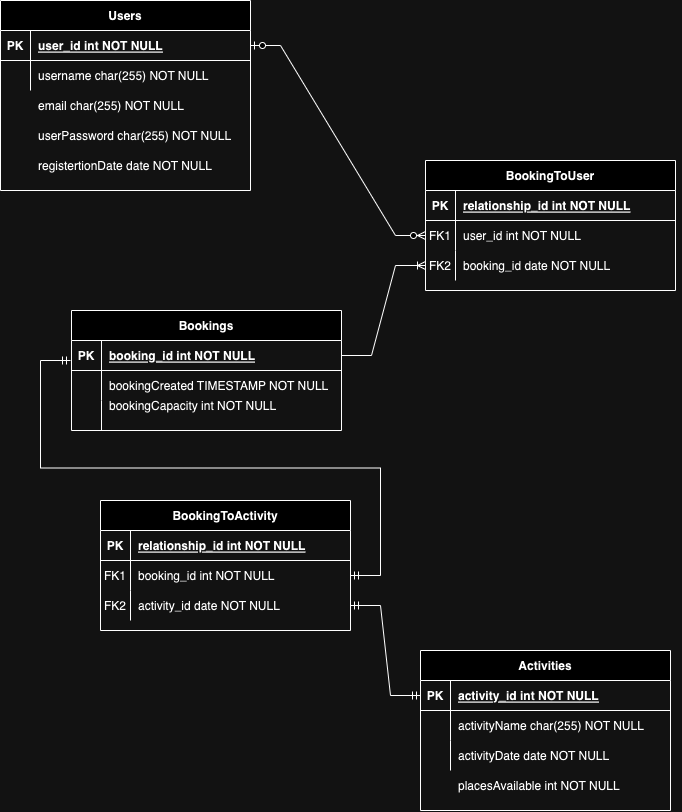
Above: ddl/ERD.png in vicebuzz/web-dev-php-project (draw.io), before the change. Source tidied: cells renumbered, new cells last; positions are measured from the earlier drawing's top-left corner, leaving out a move shared by most shapes.
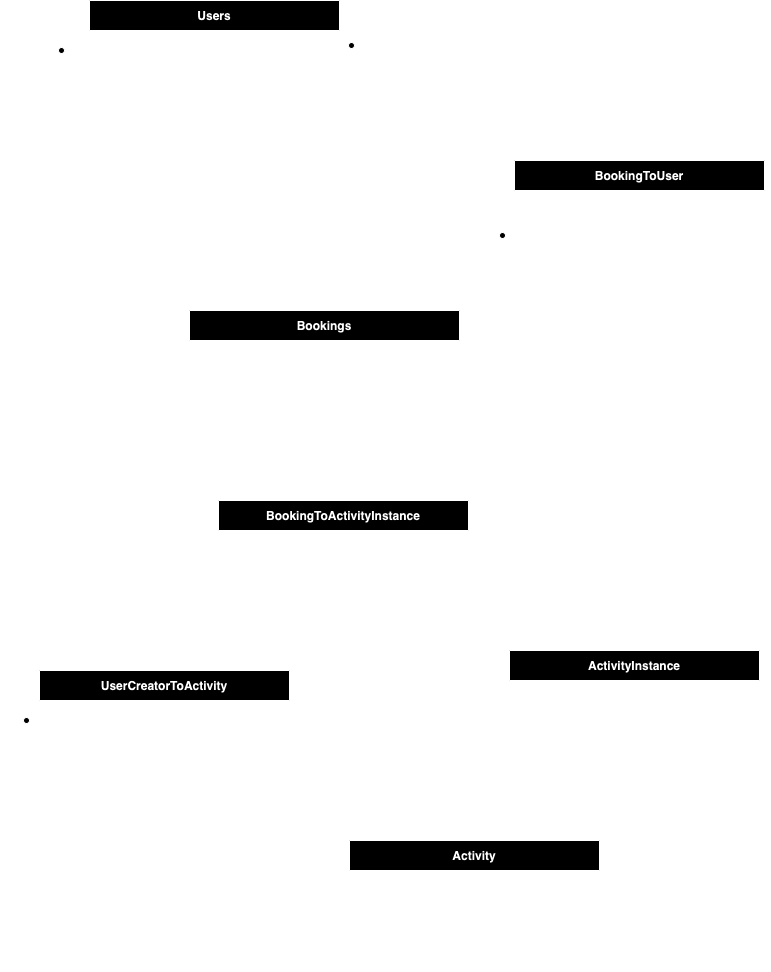
The same file after the commit.

Commit message:
new erd concept design

The edit, as a diff of the source:
```diff
@@ -3,7 +3,7 @@
     <mxCell id="0" />
     <mxCell id="1" parent="0" />
     <mxCell id="2" value="Bookings" style="shape=table;startSize=30;rowLines=0;fontStyle=1;align=center;" parent="1" vertex="1">
-      <mxGeometry x="151" y="310" width="270" height="120" as="geometry" />
+      <mxGeometry x="180" y="310" width="270" height="120" as="geometry" />
     </mxCell>
     <mxCell id="3" style="shape=partialRectangle;fillColor=none;points=[[0,0.5],[1,0.5]];portConstraint=eastwest;top=0;left=0;right=0;bottom=1;" parent="2" vertex="1">
       <mxGeometry y="30" width="270" height="30" as="geometry" />
@@ -32,8 +32,8 @@
     <mxCell id="11" style="shape=partialRectangle;overflow=hidden;fillColor=none;top=0;left=0;bottom=0;right=0;align=left;spacingLeft=6;" parent="9" vertex="1">
       <mxGeometry x="30" width="240" height="30" as="geometry" />
     </mxCell>
-    <mxCell id="12" value="Activities" style="shape=table;startSize=30;rowLines=0;fontStyle=1;align=center;" parent="1" vertex="1">
-      <mxGeometry x="500" y="650" width="250" height="160" as="geometry" />
+    <mxCell id="12" value="ActivityInstance" style="shape=table;startSize=30;rowLines=0;fontStyle=1;align=center;" parent="1" vertex="1">
+      <mxGeometry x="500" y="650" width="250" height="150" as="geometry" />
     </mxCell>
     <mxCell id="13" style="shape=partialRectangle;fillColor=none;points=[[0,0.5],[1,0.5]];portConstraint=eastwest;top=0;left=0;right=0;bottom=1;" parent="12" vertex="1">
       <mxGeometry y="30" width="250" height="30" as="geometry" />
@@ -41,7 +41,7 @@
     <mxCell id="14" value="PK" style="shape=partialRectangle;overflow=hidden;fillColor=none;top=0;left=0;bottom=0;right=0;fontStyle=1;" parent="13" vertex="1">
       <mxGeometry width="30" height="30" as="geometry" />
     </mxCell>
-    <mxCell id="15" value="activity_id int NOT NULL " style="shape=partialRectangle;overflow=hidden;fillColor=none;top=0;left=0;bottom=0;right=0;align=left;spacingLeft=6;fontStyle=5;" parent="13" vertex="1">
+    <mxCell id="15" value="instance_id int NOT NULL " style="shape=partialRectangle;overflow=hidden;fillColor=none;top=0;left=0;bottom=0;right=0;align=left;spacingLeft=6;fontStyle=5;" parent="13" vertex="1">
       <mxGeometry x="30" width="220" height="30" as="geometry" />
     </mxCell>
     <mxCell id="16" style="shape=partialRectangle;fillColor=none;top=0;left=0;right=0;bottom=0;" parent="12" vertex="1">
@@ -50,7 +50,7 @@
     <mxCell id="17" style="shape=partialRectangle;overflow=hidden;fillColor=none;top=0;left=0;bottom=0;right=0;" parent="16" vertex="1">
       <mxGeometry width="30" height="30" as="geometry" />
     </mxCell>
-    <mxCell id="18" value="activityName char(255) NOT NULL" style="shape=partialRectangle;overflow=hidden;fillColor=none;top=0;left=0;bottom=0;right=0;align=left;spacingLeft=6;" parent="16" vertex="1">
+    <mxCell id="18" value="date date NOT NULL" style="shape=partialRectangle;overflow=hidden;fillColor=none;top=0;left=0;bottom=0;right=0;align=left;spacingLeft=6;" parent="16" vertex="1">
       <mxGeometry x="30" width="220" height="30" as="geometry" />
     </mxCell>
     <mxCell id="19" style="shape=partialRectangle;fillColor=none;top=0;left=0;right=0;bottom=0;" parent="12" vertex="1">
@@ -59,7 +59,7 @@
     <mxCell id="20" style="shape=partialRectangle;overflow=hidden;fillColor=none;top=0;left=0;bottom=0;right=0;" parent="19" vertex="1">
       <mxGeometry width="30" height="30" as="geometry" />
     </mxCell>
-    <mxCell id="21" value="activityDate date NOT NULL" style="shape=partialRectangle;overflow=hidden;fillColor=none;top=0;left=0;bottom=0;right=0;align=left;spacingLeft=6;" parent="19" vertex="1">
+    <mxCell id="21" value="activityID FOREIGN KEY" style="shape=partialRectangle;overflow=hidden;fillColor=none;top=0;left=0;bottom=0;right=0;align=left;spacingLeft=6;" parent="19" vertex="1">
       <mxGeometry x="30" width="220" height="30" as="geometry" />
     </mxCell>
     <mxCell id="22" value="Users" style="shape=table;startSize=30;rowLines=0;fontStyle=1;align=center;" parent="1" vertex="1">
@@ -113,8 +113,8 @@
     <mxCell id="38" value="booking_id date NOT NULL" style="shape=partialRectangle;overflow=hidden;fillColor=none;top=0;left=0;bottom=0;right=0;align=left;spacingLeft=6;" parent="36" vertex="1">
       <mxGeometry x="30" width="220" height="30" as="geometry" />
     </mxCell>
-    <mxCell id="39" value="BookingToActivity" style="shape=table;startSize=30;rowLines=0;fontStyle=1;align=center;" parent="1" vertex="1">
-      <mxGeometry x="180" y="500" width="250" height="130" as="geometry" />
+    <mxCell id="39" value="BookingToActivityInstance" style="shape=table;startSize=30;rowLines=0;fontStyle=1;align=center;" parent="1" vertex="1">
+      <mxGeometry x="209" y="500" width="250" height="130" as="geometry" />
     </mxCell>
     <mxCell id="40" style="shape=partialRectangle;fillColor=none;top=0;left=0;right=0;bottom=1;" parent="39" vertex="1">
       <mxGeometry y="30" width="250" height="30" as="geometry" />
@@ -153,45 +153,124 @@
       <mxGeometry x="110" y="150" width="220" height="30" as="geometry" />
     </mxCell>
     <mxCell id="52" style="shape=partialRectangle;fillColor=none;top=0;left=0;right=0;bottom=0;" parent="1" vertex="1">
-      <mxGeometry x="161" y="380" width="270" height="30" as="geometry" />
+      <mxGeometry x="190" y="380" width="270" height="30" as="geometry" />
     </mxCell>
     <mxCell id="53" style="shape=partialRectangle;overflow=hidden;fillColor=none;top=0;left=0;bottom=0;right=0;" parent="52" vertex="1">
       <mxGeometry width="30" height="30" as="geometry" />
     </mxCell>
     <mxCell id="54" value="bookingCapacity int NOT NULL" style="shape=partialRectangle;overflow=hidden;fillColor=none;top=0;left=0;bottom=0;right=0;align=left;spacingLeft=6;" parent="1" vertex="1">
-      <mxGeometry x="181" y="390" width="240" height="30" as="geometry" />
+      <mxGeometry x="210" y="390" width="240" height="30" as="geometry" />
     </mxCell>
     <mxCell id="55" value="FK2" style="shape=partialRectangle;overflow=hidden;fillColor=none;top=0;left=0;bottom=0;right=0;" parent="1" vertex="1">
       <mxGeometry x="505" y="250" width="30" height="30" as="geometry" />
     </mxCell>
     <mxCell id="56" value="FK2" style="shape=partialRectangle;overflow=hidden;fillColor=none;top=0;left=0;bottom=0;right=0;" parent="1" vertex="1">
-      <mxGeometry x="180" y="590" width="30" height="30" as="geometry" />
+      <mxGeometry x="209" y="590" width="30" height="30" as="geometry" />
     </mxCell>
     <mxCell id="57" style="shape=partialRectangle;fillColor=none;top=0;left=0;right=0;bottom=0;" parent="1" vertex="1">
-      <mxGeometry x="510" y="750" width="250" height="30" as="geometry" />
+      <mxGeometry x="510" y="690" width="250" height="30" as="geometry" />
     </mxCell>
     <mxCell id="58" style="shape=partialRectangle;overflow=hidden;fillColor=none;top=0;left=0;bottom=0;right=0;" parent="57" vertex="1">
       <mxGeometry width="30" height="30" as="geometry" />
     </mxCell>
-    <mxCell id="59" value="placesAvailable int NOT NULL" style="shape=partialRectangle;overflow=hidden;fillColor=none;top=0;left=0;bottom=0;right=0;align=left;spacingLeft=6;" parent="1" vertex="1">
-      <mxGeometry x="530" y="770" width="220" height="30" as="geometry" />
-    </mxCell>
     <mxCell id="60" style="edgeStyle=entityRelationEdgeStyle;fontSize=12;html=1;endArrow=ERzeroToMany;startArrow=ERzeroToOne;rounded=0;exitX=1;exitY=0.5;exitDx=0;exitDy=0;entryX=0;entryY=0.5;entryDx=0;entryDy=0;" parent="1" edge="1" source="23" target="33">
       <mxGeometry relative="1" as="geometry" />
     </mxCell>
     <mxCell id="61" style="edgeStyle=entityRelationEdgeStyle;fontSize=12;html=1;endArrow=ERoneToMany;rounded=0;exitX=1;exitY=0.5;exitDx=0;exitDy=0;" parent="1" edge="1" source="3" target="36">
       <mxGeometry relative="1" as="geometry" />
     </mxCell>
-    <mxCell id="62" style="edgeStyle=entityRelationEdgeStyle;fontSize=12;html=1;endArrow=ERmandOne;startArrow=ERmandOne;rounded=0;exitX=1;exitY=0.5;exitDx=0;exitDy=0;" parent="1" edge="1" source="43">
+    <mxCell id="62" style="edgeStyle=entityRelationEdgeStyle;fontSize=12;html=1;endArrow=ERmandOne;startArrow=ERmandOne;rounded=0;" parent="1" edge="1">
       <mxGeometry relative="1" as="geometry">
-        <mxPoint x="150" y="360" as="targetPoint" />
+        <mxPoint x="460" y="570" as="sourcePoint" />
+        <mxPoint x="180" y="360" as="targetPoint" />
         <Array as="points">
-          <mxPoint y="400" />
+          <mxPoint x="10" y="400" />
         </Array>
       </mxGeometry>
     </mxCell>
     <mxCell id="63" style="edgeStyle=entityRelationEdgeStyle;fontSize=12;html=1;endArrow=ERmandOne;startArrow=ERmandOne;rounded=0;entryX=0;entryY=0.5;entryDx=0;entryDy=0;exitX=1;exitY=0.5;exitDx=0;exitDy=0;" parent="1" edge="1" source="46" target="13">
       <mxGeometry relative="1" as="geometry" />
     </mxCell>
+    <mxCell id="64" value="Activity" style="shape=table;startSize=30;rowLines=0;fontStyle=1;align=center;" parent="1" vertex="1">
+      <mxGeometry x="340" y="840" width="250" height="130" as="geometry" />
+    </mxCell>
+    <mxCell id="65" style="shape=partialRectangle;fillColor=none;points=[[0,0.5],[1,0.5]];portConstraint=eastwest;top=0;left=0;right=0;bottom=1;" parent="64" vertex="1">
+      <mxGeometry y="30" width="250" height="30" as="geometry" />
+    </mxCell>
+    <mxCell id="66" value="PK" style="shape=partialRectangle;overflow=hidden;fillColor=none;top=0;left=0;bottom=0;right=0;fontStyle=1;" parent="65" vertex="1">
+      <mxGeometry width="30" height="30" as="geometry" />
+    </mxCell>
+    <mxCell id="67" value="activity_id int NOT NULL " style="shape=partialRectangle;overflow=hidden;fillColor=none;top=0;left=0;bottom=0;right=0;align=left;spacingLeft=6;fontStyle=5;" parent="65" vertex="1">
+      <mxGeometry x="30" width="220" height="30" as="geometry" />
+    </mxCell>
+    <mxCell id="68" style="shape=partialRectangle;fillColor=none;top=0;left=0;right=0;bottom=0;" parent="64" vertex="1">
+      <mxGeometry y="60" width="250" height="40" as="geometry" />
+    </mxCell>
+    <mxCell id="69" style="shape=partialRectangle;overflow=hidden;fillColor=none;top=0;left=0;bottom=0;right=0;" parent="68" vertex="1">
+      <mxGeometry width="30" height="40" as="geometry" />
+    </mxCell>
+    <mxCell id="70" value="repeat_period INTEGER" style="shape=partialRectangle;overflow=hidden;fillColor=none;top=0;left=0;bottom=0;right=0;align=left;spacingLeft=6;" parent="68" vertex="1">
+      <mxGeometry x="30" width="220" height="40" as="geometry" />
+    </mxCell>
+    <mxCell id="71" style="shape=partialRectangle;fillColor=none;top=0;left=0;right=0;bottom=0;" parent="64" vertex="1">
+      <mxGeometry y="100" width="250" height="30" as="geometry" />
+    </mxCell>
+    <mxCell id="72" style="shape=partialRectangle;overflow=hidden;fillColor=none;top=0;left=0;bottom=0;right=0;" parent="71" vertex="1">
+      <mxGeometry width="30" height="30" as="geometry" />
+    </mxCell>
+    <mxCell id="73" style="shape=partialRectangle;overflow=hidden;fillColor=none;top=0;left=0;bottom=0;right=0;align=left;spacingLeft=6;" parent="71" vertex="1">
+      <mxGeometry x="30" width="220" height="30" as="geometry" />
+    </mxCell>
+    <mxCell id="74" value="placesAvailable INTEGERS" style="shape=partialRectangle;overflow=hidden;fillColor=none;top=0;left=0;bottom=0;right=0;align=left;spacingLeft=6;" parent="1" vertex="1">
+      <mxGeometry x="530" y="770" width="220" height="30" as="geometry" />
+    </mxCell>
+    <mxCell id="75" value="UserCreatorToActivity" style="shape=table;startSize=30;rowLines=0;fontStyle=1;align=center;" parent="1" vertex="1">
+      <mxGeometry x="30" y="670" width="250" height="130" as="geometry" />
+    </mxCell>
+    <mxCell id="76" style="shape=partialRectangle;fillColor=none;top=0;left=0;right=0;bottom=1;" parent="75" vertex="1">
+      <mxGeometry y="30" width="250" height="30" as="geometry" />
+    </mxCell>
+    <mxCell id="77" value="PK" style="shape=partialRectangle;overflow=hidden;fillColor=none;top=0;left=0;bottom=0;right=0;fontStyle=1;" parent="76" vertex="1">
+      <mxGeometry width="30" height="30" as="geometry" />
+    </mxCell>
+    <mxCell id="78" value="relationship_id int NOT NULL" style="shape=partialRectangle;overflow=hidden;fillColor=none;top=0;left=0;bottom=0;right=0;align=left;spacingLeft=6;fontStyle=5;" parent="76" vertex="1">
+      <mxGeometry x="30" width="220" height="30" as="geometry" />
+    </mxCell>
+    <mxCell id="79" style="shape=partialRectangle;fillColor=none;top=0;left=0;right=0;bottom=0;" parent="75" vertex="1">
+      <mxGeometry y="60" width="250" height="30" as="geometry" />
+    </mxCell>
+    <mxCell id="80" value="FK1" style="shape=partialRectangle;overflow=hidden;fillColor=none;top=0;left=0;bottom=0;right=0;" parent="79" vertex="1">
+      <mxGeometry width="30" height="30" as="geometry" />
+    </mxCell>
+    <mxCell id="81" value="user_id NOT NULL " style="shape=partialRectangle;overflow=hidden;fillColor=none;top=0;left=0;bottom=0;right=0;align=left;spacingLeft=6;" parent="79" vertex="1">
+      <mxGeometry x="30" width="220" height="30" as="geometry" />
+    </mxCell>
+    <mxCell id="82" style="shape=partialRectangle;fillColor=none;points=[[0,0.5],[1,0.5]];portConstraint=eastwest;top=0;left=0;right=0;bottom=0;" parent="75" vertex="1">
+      <mxGeometry y="90" width="250" height="30" as="geometry" />
+    </mxCell>
+    <mxCell id="83" style="shape=partialRectangle;overflow=hidden;fillColor=none;top=0;left=0;bottom=0;right=0;" parent="82" vertex="1">
+      <mxGeometry width="30" height="30" as="geometry" />
+    </mxCell>
+    <mxCell id="84" value="activity_id NOT NULL" style="shape=partialRectangle;overflow=hidden;fillColor=none;top=0;left=0;bottom=0;right=0;align=left;spacingLeft=6;" parent="82" vertex="1">
+      <mxGeometry x="30" width="220" height="30" as="geometry" />
+    </mxCell>
+    <mxCell id="85" value="FK2" style="shape=partialRectangle;overflow=hidden;fillColor=none;top=0;left=0;bottom=0;right=0;" parent="1" vertex="1">
+      <mxGeometry x="30" y="760" width="30" height="30" as="geometry" />
+    </mxCell>
+    <mxCell id="86" value="FK1" style="shape=partialRectangle;overflow=hidden;fillColor=none;top=0;left=0;bottom=0;right=0;" parent="1" vertex="1">
+      <mxGeometry x="500" y="740" width="30" height="30" as="geometry" />
+    </mxCell>
+    <mxCell id="87" style="edgeStyle=entityRelationEdgeStyle;fontSize=12;html=1;endArrow=ERmandOne;startArrow=ERmandOne;rounded=0;entryX=0;entryY=0.5;entryDx=0;entryDy=0;exitX=1;exitY=0.5;exitDx=0;exitDy=0;" parent="1" edge="1" source="82" target="65">
+      <mxGeometry relative="1" as="geometry" />
+    </mxCell>
+    <mxCell id="88" style="edgeStyle=entityRelationEdgeStyle;fontSize=12;html=1;endArrow=ERzeroToMany;startArrow=ERzeroToOne;rounded=0;" parent="1" edge="1">
+      <mxGeometry relative="1" as="geometry">
+        <mxPoint x="40" y="50" as="sourcePoint" />
+        <mxPoint x="29" y="720" as="targetPoint" />
+        <Array as="points">
+          <mxPoint x="50" y="210" />
+        </Array>
+      </mxGeometry>
+    </mxCell>
   </root>
 </mxGraphModel>
```
